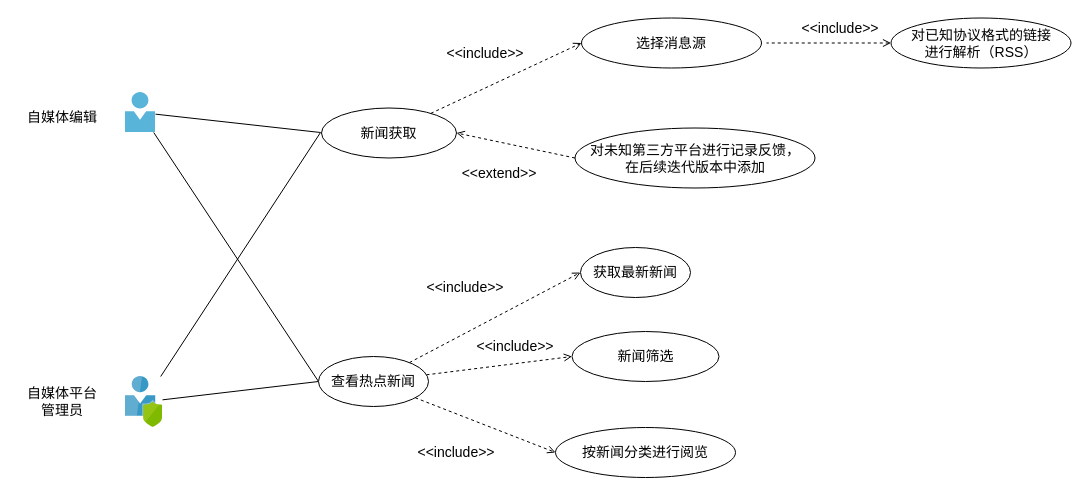
Before: 1-SoftwareRequirements/NewsFeed/nf_usercase.drawio in zan-press/diagram, a draw.io diagram. Source tidied: cells renumbered, new cells numbered last; positions are measured from the earlier drawing's top-left corner, leaving out a move shared by most shapes. Both pictures are drawn from the tidied source at 100%, with x=0, y=0 at pixel (17, 17).
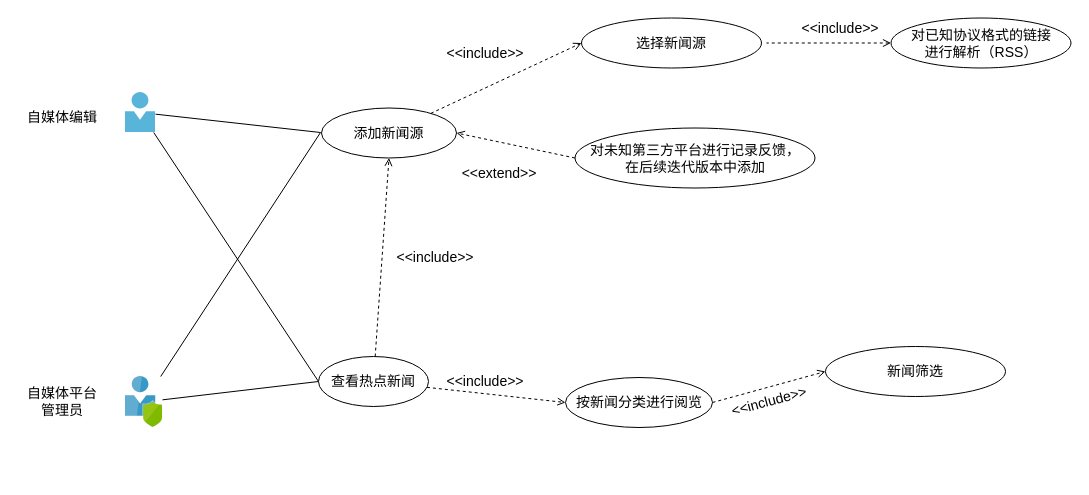
The same page after the edit.

Unchanged cells that the change refers to:
```xml
<mxCell id="18" value="查看热点新闻" style="ellipse;whiteSpace=wrap;html=1;fontFamily=SF Mono;fontSize=14;" parent="1" vertex="1">
  <mxGeometry x="301" y="339" width="110" height="50" as="geometry" />
</mxCell>
```

The edit, as a diff of the source:
```diff
@@
-    <mxCell id="10" style="edgeStyle=none;rounded=0;jettySize=auto;html=1;entryX=0;entryY=0.5;entryDx=0;entryDy=0;dashed=1;startArrow=none;startFill=0;endArrow=open;endFill=0;fontFamily=SF Mono;fontSize=14;" parent="1" edge="1" source="18" target="14">
+    <mxCell id="10" style="edgeStyle=none;rounded=0;jettySize=auto;html=1;entryX=0.5;entryY=1;entryDx=0;entryDy=0;dashed=1;startArrow=none;startFill=0;endArrow=open;endFill=0;fontFamily=SF Mono;fontSize=14;" parent="1" edge="1" source="18" target="21">
       <mxGeometry relative="1" as="geometry" />
     </mxCell>
@@
-    <mxCell id="12" style="edgeStyle=none;rounded=0;jettySize=auto;html=1;entryX=0;entryY=0.5;entryDx=0;entryDy=0;dashed=1;startArrow=none;startFill=0;endArrow=open;endFill=0;fontFamily=SF Mono;fontSize=14;fillColor=#d5e8d4;strokeColor=#000000;" parent="1" edge="1" source="18" target="16">
+    <mxCell id="12" style="edgeStyle=none;rounded=0;jettySize=auto;html=1;entryX=0;entryY=0.5;entryDx=0;entryDy=0;dashed=1;startArrow=none;startFill=0;endArrow=open;endFill=0;fontFamily=SF Mono;fontSize=14;fillColor=#d5e8d4;strokeColor=#000000;exitX=1;exitY=0.5;exitDx=0;exitDy=0;" parent="1" edge="1" source="15" target="16">
       <mxGeometry relative="1" as="geometry" />
     </mxCell>
@@
-    <mxCell id="14" value="获取最新新闻" style="ellipse;whiteSpace=wrap;html=1;fontFamily=SF Mono;fontSize=14;" parent="1" vertex="1">
-      <mxGeometry x="563" y="230" width="110" height="50" as="geometry" />
-    </mxCell>
-    <mxCell id="15" value="新闻筛选" style="ellipse;whiteSpace=wrap;html=1;fontFamily=SF Mono;fontSize=14;" parent="1" vertex="1">
-      <mxGeometry x="554.5" y="314" width="147" height="50" as="geometry" />
+    <mxCell id="15" value="&lt;span style=&quot;white-space: pre-wrap&quot;&gt;&lt;/span&gt;&lt;span style=&quot;white-space: pre-wrap&quot;&gt;&lt;/span&gt;" style="ellipse;whiteSpace=wrap;html=1;fontFamily=SF Mono;fontSize=14;" parent="1" vertex="1">
+      <mxGeometry x="548" y="360" width="147" height="50" as="geometry" />
     </mxCell>
-    <mxCell id="16" value="按新闻分类进行阅览" style="ellipse;whiteSpace=wrap;html=1;fontFamily=SF Mono;fontSize=14;" parent="1" vertex="1">
-      <mxGeometry x="538" y="410" width="180" height="50" as="geometry" />
+    <mxCell id="16" value="新闻筛选" style="ellipse;whiteSpace=wrap;html=1;fontFamily=SF Mono;fontSize=14;" parent="1" vertex="1">
+      <mxGeometry x="808" y="329" width="180" height="50" as="geometry" />
     </mxCell>
     <mxCell id="17" value="&amp;lt;&amp;lt;include&amp;gt;&amp;gt;" style="text;html=1;strokeColor=none;fillColor=none;align=center;verticalAlign=middle;whiteSpace=wrap;rounded=0;fontFamily=SF Mono;fontSize=14;rotation=0;" parent="1" vertex="1">
-      <mxGeometry x="398" y="260" width="100" height="20" as="geometry" />
+      <mxGeometry x="368" y="230" width="100" height="20" as="geometry" />
     </mxCell>
@@
-    <mxCell id="19" value="&amp;lt;&amp;lt;include&amp;gt;&amp;gt;" style="text;html=1;strokeColor=none;fillColor=none;align=center;verticalAlign=middle;whiteSpace=wrap;rounded=0;fontFamily=SF Mono;fontSize=14;rotation=0;" parent="1" vertex="1">
-      <mxGeometry x="389" y="425" width="100" height="20" as="geometry" />
+    <mxCell id="19" value="&amp;lt;&amp;lt;include&amp;gt;&amp;gt;" style="text;html=1;strokeColor=none;fillColor=none;align=center;verticalAlign=middle;whiteSpace=wrap;rounded=0;fontFamily=SF Mono;fontSize=14;rotation=-15;" parent="1" vertex="1">
+      <mxGeometry x="701.5" y="374" width="100" height="20" as="geometry" />
     </mxCell>
     <mxCell id="20" value="&amp;lt;&amp;lt;include&amp;gt;&amp;gt;" style="text;html=1;strokeColor=none;fillColor=none;align=center;verticalAlign=middle;whiteSpace=wrap;rounded=0;fontFamily=SF Mono;fontSize=14;rotation=0;" parent="1" vertex="1">
-      <mxGeometry x="448" y="319" width="100" height="20" as="geometry" />
+      <mxGeometry x="418" y="354" width="100" height="20" as="geometry" />
     </mxCell>
-    <mxCell id="21" value="新闻获取" style="ellipse;whiteSpace=wrap;html=1;fontFamily=SF Mono;fontSize=14;" parent="1" vertex="1">
+    <mxCell id="21" value="添加新闻源" style="ellipse;whiteSpace=wrap;html=1;fontFamily=SF Mono;fontSize=14;" parent="1" vertex="1">
       <mxGeometry x="304" y="90.5" width="135" height="50" as="geometry" />
     </mxCell>
@@
-    <mxCell id="23" value="选择消息源" style="ellipse;whiteSpace=wrap;html=1;fontFamily=SF Mono;fontSize=14;" parent="1" vertex="1">
+    <mxCell id="23" value="选择新闻源" style="ellipse;whiteSpace=wrap;html=1;fontFamily=SF Mono;fontSize=14;" parent="1" vertex="1">
       <mxGeometry x="564" y="0.5" width="180" height="50" as="geometry" />
     </mxCell>
@@
+    <mxCell id="31" value="&lt;font style=&quot;font-size: 14px&quot;&gt;按新闻分类进行阅览&lt;/font&gt;" style="text;html=1;" parent="1" vertex="1">
+      <mxGeometry x="556.5" y="370" width="130" height="30" as="geometry" />
+    </mxCell>
```
